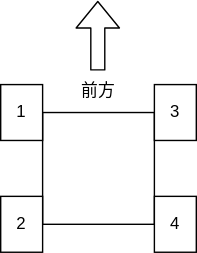
Before: doc/.pic/motor_id.svg, a diagram exported from draw.io (LJW0401/Wheel_Leg_Balance_Vehicle). Source tidied: cells renumbered, new cells last; positions are measured from the earlier drawing's top-left corner, leaving out a move shared by most shapes.
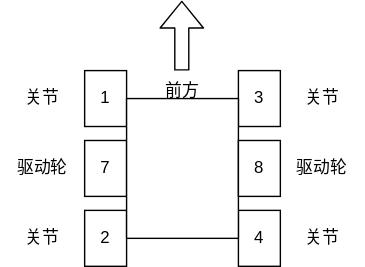
After the change.

Commit message:
📃 docs(README): 完善图片和介绍

添加了驱动轮电机id，增加了电机型号和方向描述。

What changed in the source:
```diff
@@ -2,11 +2,8 @@
   <root>
     <mxCell id="0" />
     <mxCell id="1" parent="0" />
-    <mxCell id="2" style="whiteSpace=wrap;html=1;" parent="1" vertex="1">
-      <mxGeometry x="30" y="80" width="80" height="80" as="geometry" />
-    </mxCell>
     <mxCell id="3" value="1" style="rounded=0;whiteSpace=wrap;html=1;" parent="1" vertex="1">
-      <mxGeometry y="60" width="30" height="40" as="geometry" />
+      <mxGeometry y="50" width="30" height="40" as="geometry" />
     </mxCell>
     <mxCell id="4" style="shape=flexArrow;endArrow=classic;html=1;labelBackgroundColor=#000000;strokeColor=#000000;" parent="1" edge="1">
       <mxGeometry relative="1" as="geometry">
@@ -18,13 +15,40 @@
       <mxGeometry x="30" y="50" width="80" height="30" as="geometry" />
     </mxCell>
     <mxCell id="6" value="3" style="rounded=0;whiteSpace=wrap;html=1;" parent="1" vertex="1">
-      <mxGeometry x="110" y="60" width="30" height="40" as="geometry" />
+      <mxGeometry x="110" y="50" width="30" height="40" as="geometry" />
     </mxCell>
     <mxCell id="7" value="2" style="rounded=0;whiteSpace=wrap;html=1;" parent="1" vertex="1">
-      <mxGeometry y="140" width="30" height="40" as="geometry" />
+      <mxGeometry y="150" width="30" height="40" as="geometry" />
     </mxCell>
     <mxCell id="8" value="4" style="rounded=0;whiteSpace=wrap;html=1;" parent="1" vertex="1">
-      <mxGeometry x="110" y="140" width="30" height="40" as="geometry" />
+      <mxGeometry x="110" y="150" width="30" height="40" as="geometry" />
     </mxCell>
+    <mxCell id="9" value="7" style="rounded=0;whiteSpace=wrap;html=1;" parent="1" vertex="1">
+      <mxGeometry y="100" width="30" height="40" as="geometry" />
+    </mxCell>
+    <mxCell id="10" style="rounded=0;whiteSpace=wrap;html=1;" parent="1" vertex="1">
+      <mxGeometry x="30" y="70" width="80" height="100" as="geometry" />
+    </mxCell>
+    <mxCell id="11" value="8" style="rounded=0;whiteSpace=wrap;html=1;" parent="1" vertex="1">
+      <mxGeometry x="110" y="100" width="30" height="40" as="geometry" />
+    </mxCell>
+    <mxCell id="12" value="关节" style="text;html=1;strokeColor=none;fillColor=none;align=center;verticalAlign=middle;whiteSpace=wrap;rounded=0;fontColor=#000000;" parent="1" vertex="1">
+      <mxGeometry x="-60" y="55" width="60" height="30" as="geometry" />
+    </mxCell>
+    <mxCell id="13" value="关节" style="text;html=1;strokeColor=none;fillColor=none;align=center;verticalAlign=middle;whiteSpace=wrap;rounded=0;fontColor=#000000;" parent="1" vertex="1">
+      <mxGeometry x="140" y="55" width="60" height="30" as="geometry" />
+    </mxCell>
+    <mxCell id="14" value="关节" style="text;html=1;strokeColor=none;fillColor=none;align=center;verticalAlign=middle;whiteSpace=wrap;rounded=0;fontColor=#000000;" parent="1" vertex="1">
+      <mxGeometry x="-60" y="155" width="60" height="30" as="geometry" />
+    </mxCell>
+    <mxCell id="15" value="关节" style="text;html=1;strokeColor=none;fillColor=none;align=center;verticalAlign=middle;whiteSpace=wrap;rounded=0;fontColor=#000000;" parent="1" vertex="1">
+      <mxGeometry x="140" y="155" width="60" height="30" as="geometry" />
+    </mxCell>
+    <mxCell id="16" value="驱动轮" style="text;html=1;strokeColor=none;fillColor=none;align=center;verticalAlign=middle;whiteSpace=wrap;rounded=0;fontColor=#000000;" parent="1" vertex="1">
+      <mxGeometry x="-60" y="105" width="60" height="30" as="geometry" />
+    </mxCell>
+    <mxCell id="17" value="驱动轮" style="text;html=1;strokeColor=none;fillColor=none;align=center;verticalAlign=middle;whiteSpace=wrap;rounded=0;fontColor=#000000;" parent="1" vertex="1">
+      <mxGeometry x="140" y="105" width="60" height="30" as="geometry" />
+    </mxCell>
   </root>
 </mxGraphModel>
```
